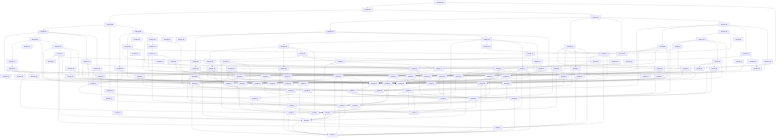
Above: graph.png in e-and-a/Config-2 (Mermaid), before the change. Its source is kept beside it as graph.mmd.
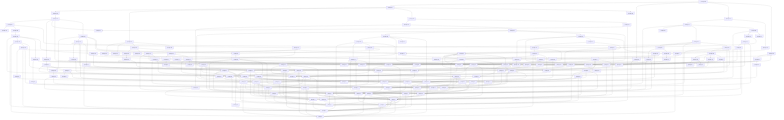
The same file after the commit.

Diff of the diagram source:
```diff
@@ -1,283 +1,367 @@
 graph TD
-    package-1000 --> package-936
-    package-936 --> package-635
-    package-635 --> package-245
-    package-245 --> package-81
-    package-81 --> package-53
-    package-81 --> package-41
-    package-41 --> package-3
+    package-1000 --> package-817
+    package-817 --> package-770
+    package-770 --> package-724
+    package-724 --> package-266
+    package-266 --> package-161
+    package-266 --> package-206
+    package-206 --> package-164
+    package-164 --> package-22
+    package-22 --> package-19
+    package-19 --> package-4
+    package-19 --> package-13
+    package-13 --> package-2
+    package-2 --> package-1
+    package-22 --> package-12
+    package-12 --> package-7
+    package-7 --> package-5
+    package-5 --> package-2
+    package-5 --> package-3
+    package-5 --> package-1
+    package-5 --> package-4
+    package-7 --> package-4
+    package-7 --> package-2
+    package-12 --> package-9
+    package-9 --> package-4
+    package-12 --> package-8
+    package-8 --> package-2
+    package-12 --> package-1
+    package-12 --> package-4
+    package-22 --> package-17
+    package-17 --> package-12
+    package-17 --> package-13
+    package-22 --> package-5
+    package-164 --> package-134
+    package-134 --> package-2
+    package-134 --> package-1
+    package-134 --> package-105
+    package-105 --> package-68
+    package-68 --> package-16
+    package-16 --> package-3
+    package-16 --> package-1
+    package-16 --> package-8
+    package-16 --> package-12
+    package-105 --> package-2
+    package-105 --> package-20
+    package-105 --> package-78
+    package-78 --> package-53
+    package-53 --> package-38
+    package-53 --> package-27
+    package-53 --> package-44
+    package-53 --> package-22
+    package-53 --> package-20
+    package-78 --> package-45
+    package-45 --> package-20
+    package-78 --> package-63
+    package-63 --> package-58
+    package-63 --> package-50
+    package-63 --> package-54
+    package-63 --> package-13
+    package-78 --> package-58
+    package-58 --> package-22
+    package-58 --> package-50
+    package-78 --> package-72
+    package-72 --> package-31
+    package-72 --> package-59
+    package-72 --> package-69
+    package-134 --> package-75
+    package-75 --> package-47
+    package-75 --> package-17
+    package-164 --> package-150
+    package-150 --> package-90
+    package-90 --> package-12
+    package-150 --> package-100
+    package-100 --> package-22
+    package-100 --> package-41
+    package-41 --> package-29
+    package-29 --> package-18
+    package-29 --> package-14
+    package-41 --> package-25
+    package-25 --> package-12
+    package-25 --> package-5
+    package-25 --> package-23
+    package-25 --> package-13
+    package-25 --> package-19
+    package-41 --> package-13
+    package-41 --> package-39
+    package-39 --> package-16
+    package-39 --> package-28
+    package-39 --> package-15
+    package-39 --> package-5
+    package-39 --> package-21
+    package-41 --> package-37
+    package-37 --> package-11
+    package-37 --> package-32
+    package-37 --> package-18
+    package-37 --> package-16
+    package-37 --> package-21
+    package-100 --> package-5
+    package-164 --> package-146
+    package-146 --> package-52
+    package-52 --> package-10
+    package-10 --> package-3
     package-3 --> package-1
     package-3 --> package-2
-    package-2 --> package-1
-    package-41 --> package-32
-    package-81 --> package-65
-    package-65 --> package-13
-    package-13 --> package-4
-    package-4 --> package-1
-    package-4 --> package-3
-    package-13 --> package-11
-    package-11 --> package-6
-    package-11 --> package-8
-    package-8 --> package-3
-    package-65 --> package-17
-    package-17 --> package-11
-    package-17 --> package-13
-    package-81 --> package-20
-    package-81 --> package-18
-    package-18 --> package-1
-    package-18 --> package-17
-    package-245 --> package-201
-    package-201 --> package-177
-    package-177 --> package-141
-    package-141 --> package-112
-    package-112 --> package-18
-    package-141 --> package-35
-    package-35 --> package-20
-    package-35 --> package-21
-    package-21 --> package-16
-    package-16 --> package-12
-    package-12 --> package-1
-    package-16 --> package-10
-    package-10 --> package-9
-    package-16 --> package-14
-    package-14 --> package-7
-    package-14 --> package-4
-    package-21 --> package-19
-    package-19 --> package-10
-    package-19 --> package-4
-    package-19 --> package-6
-    package-21 --> package-7
-    package-7 --> package-1
-    package-7 --> package-5
-    package-5 --> package-1
-    package-5 --> package-3
-    package-7 --> package-6
-    package-7 --> package-4
-    package-21 --> package-5
-    package-141 --> package-91
-    package-91 --> package-58
-    package-91 --> package-39
-    package-39 --> package-9
-    package-9 --> package-1
-    package-9 --> package-3
-    package-91 --> package-19
-    package-141 --> package-104
-    package-141 --> package-100
-    package-100 --> package-5
-    package-100 --> package-18
-    package-201 --> package-109
-    package-201 --> package-15
-    package-201 --> package-172
-    package-172 --> package-65
-    package-172 --> package-86
-    package-86 --> package-78
-    package-86 --> package-2
-    package-86 --> package-3
-    package-86 --> package-50
-    package-50 --> package-33
-    package-33 --> package-14
-    package-33 --> package-23
-    package-23 --> package-9
-    package-23 --> package-19
-    package-33 --> package-10
+    package-52 --> package-48
+    package-48 --> package-25
+    package-48 --> package-4
+    package-52 --> package-4
+    package-52 --> package-2
+    package-266 --> package-196
+    package-196 --> package-141
+    package-141 --> package-137
+    package-196 --> package-99
+    package-99 --> package-77
+    package-77 --> package-56
+    package-56 --> package-34
+    package-34 --> package-2
+    package-34 --> package-27
+    package-27 --> package-5
+    package-27 --> package-9
+    package-34 --> package-1
+    package-34 --> package-10
+    package-34 --> package-14
+    package-14 --> package-10
+    package-14 --> package-13
+    package-56 --> package-54
+    package-54 --> package-22
+    package-56 --> package-5
+    package-196 --> package-171
+    package-171 --> package-6
+    package-6 --> package-1
+    package-6 --> package-4
+    package-6 --> package-5
+    package-6 --> package-2
+    package-6 --> package-3
+    package-171 --> package-141
+    package-171 --> package-38
+    package-38 --> package-37
+    package-38 --> package-3
+    package-171 --> package-106
+    package-106 --> package-18
+    package-18 --> package-14
+    package-106 --> package-46
+    package-46 --> package-30
+    package-30 --> package-17
+    package-106 --> package-48
+    package-196 --> package-146
+    package-724 --> package-535
+    package-535 --> package-273
+    package-535 --> package-84
+    package-84 --> package-30
+    package-84 --> package-55
+    package-84 --> package-66
+    package-66 --> package-36
+    package-66 --> package-27
+    package-66 --> package-1
+    package-66 --> package-33
+    package-33 --> package-24
+    package-24 --> package-6
+    package-24 --> package-20
+    package-84 --> package-31
+    package-31 --> package-25
+    package-31 --> package-7
+    package-84 --> package-75
+    package-535 --> package-80
+    package-80 --> package-45
+    package-80 --> package-42
+    package-42 --> package-19
+    package-724 --> package-70
+    package-724 --> package-83
+    package-83 --> package-52
+    package-724 --> package-186
+    package-186 --> package-107
+    package-107 --> package-97
+    package-97 --> package-11
+    package-11 --> package-3
+    package-97 --> package-19
+    package-97 --> package-34
+    package-186 --> package-101
+    package-101 --> package-92
+    package-92 --> package-45
+    package-92 --> package-59
+    package-59 --> package-12
+    package-59 --> package-27
+    package-59 --> package-55
+    package-59 --> package-22
+    package-59 --> package-24
+    package-92 --> package-78
+    package-101 --> package-88
+    package-88 --> package-60
+    package-60 --> package-52
+    package-88 --> package-36
+    package-101 --> package-30
+    package-101 --> package-16
+    package-101 --> package-85
+    package-85 --> package-2
+    package-85 --> package-59
+    package-186 --> package-141
+    package-186 --> package-171
+    package-186 --> package-64
+    package-64 --> package-62
+    package-62 --> package-42
+    package-62 --> package-9
+    package-62 --> package-39
+    package-62 --> package-20
+    package-62 --> package-58
+    package-817 --> package-534
+    package-534 --> package-357
+    package-357 --> package-121
+    package-121 --> package-28
+    package-28 --> package-11
+    package-28 --> package-27
+    package-534 --> package-312
+    package-312 --> package-133
+    package-534 --> package-530
+    package-530 --> package-269
+    package-269 --> package-251
+    package-251 --> package-44
+    package-44 --> package-24
+    package-44 --> package-22
+    package-44 --> package-41
+    package-44 --> package-11
+    package-251 --> package-69
+    package-69 --> package-48
+    package-69 --> package-7
+    package-69 --> package-43
+    package-43 --> package-2
+    package-69 --> package-14
+    package-530 --> package-364
+    package-530 --> package-346
+    package-346 --> package-306
+    package-306 --> package-76
+    package-76 --> package-75
+    package-76 --> package-69
+    package-76 --> package-52
+    package-346 --> package-242
+    package-242 --> package-33
+    package-242 --> package-223
+    package-223 --> package-162
+    package-242 --> package-238
+    package-242 --> package-93
+    package-534 --> package-424
+    package-817 --> package-654
+    package-654 --> package-486
+    package-486 --> package-35
+    package-35 --> package-10
+    package-35 --> package-9
+    package-486 --> package-363
+    package-363 --> package-25
+    package-363 --> package-233
+    package-233 --> package-180
+    package-180 --> package-5
+    package-180 --> package-116
+    package-116 --> package-81
+    package-81 --> package-66
+    package-81 --> package-4
+    package-116 --> package-6
+    package-116 --> package-79
+    package-79 --> package-8
+    package-116 --> package-12
+    package-180 --> package-129
+    package-129 --> package-55
+    package-129 --> package-64
+    package-180 --> package-141
+    package-233 --> package-56
+    package-233 --> package-125
+    package-233 --> package-34
+    package-363 --> package-316
+    package-316 --> package-275
+    package-275 --> package-188
+    package-275 --> package-238
+    package-316 --> package-65
+    package-65 --> package-5
+    package-316 --> package-213
+    package-213 --> package-112
+    package-112 --> package-71
+    package-71 --> package-1
+    package-71 --> package-63
+    package-112 --> package-67
+    package-67 --> package-2
+    package-67 --> package-53
+    package-67 --> package-65
+    package-67 --> package-54
+    package-112 --> package-38
+    package-213 --> package-99
+    package-316 --> package-139
+    package-139 --> package-15
+    package-15 --> package-14
+    package-15 --> package-12
+    package-139 --> package-133
+    package-139 --> package-77
+    package-363 --> package-100
+    package-654 --> package-130
+    package-130 --> package-70
+    package-130 --> package-4
+    package-817 --> package-295
+    package-1000 --> package-557
+    package-557 --> package-6
+    package-557 --> package-273
+    package-1000 --> package-761
+    package-761 --> package-710
+    package-710 --> package-20
+    package-710 --> package-493
+    package-710 --> package-604
+    package-604 --> package-207
+    package-207 --> package-73
+    package-73 --> package-14
+    package-73 --> package-46
+    package-73 --> package-8
+    package-207 --> package-182
+    package-182 --> package-111
+    package-111 --> package-60
+    package-111 --> package-83
+    package-604 --> package-92
+    package-604 --> package-5
+    package-604 --> package-196
+    package-604 --> package-297
+    package-297 --> package-23
+    package-23 --> package-7
+    package-23 --> package-11
+    package-297 --> package-225
+    package-225 --> package-102
+    package-102 --> package-86
+    package-102 --> package-91
+    package-225 --> package-46
+    package-225 --> package-124
+    package-124 --> package-50
+    package-50 --> package-32
+    package-32 --> package-18
+    package-50 --> package-26
+    package-26 --> package-24
+    package-26 --> package-3
+    package-26 --> package-5
+    package-50 --> package-24
     package-50 --> package-8
-    package-50 --> package-47
-    package-47 --> package-3
-    package-47 --> package-26
-    package-26 --> package-16
-    package-26 --> package-9
-    package-47 --> package-23
-    package-47 --> package-35
-    package-47 --> package-10
-    package-50 --> package-17
-    package-86 --> package-42
-    package-172 --> package-101
-    package-101 --> package-93
-    package-93 --> package-23
-    package-101 --> package-25
-    package-25 --> package-10
-    package-25 --> package-23
-    package-172 --> package-21
-    package-245 --> package-173
-    package-173 --> package-26
-    package-173 --> package-148
-    package-148 --> package-15
-    package-148 --> package-18
-    package-148 --> package-26
-    package-148 --> package-81
-    package-173 --> package-31
-    package-31 --> package-24
-    package-31 --> package-3
-    package-31 --> package-9
-    package-31 --> package-8
-    package-173 --> package-53
-    package-245 --> package-102
-    package-102 --> package-65
-    package-102 --> package-49
-    package-49 --> package-42
-    package-49 --> package-9
-    package-635 --> package-315
-    package-315 --> package-133
-    package-315 --> package-13
-    package-635 --> package-323
-    package-323 --> package-108
-    package-108 --> package-99
-    package-99 --> package-3
-    package-108 --> package-40
-    package-40 --> package-18
-    package-40 --> package-23
-    package-108 --> package-65
-    package-108 --> package-81
-    package-323 --> package-240
-    package-240 --> package-68
-    package-240 --> package-88
-    package-88 --> package-71
-    package-71 --> package-51
-    package-51 --> package-40
-    package-51 --> package-45
-    package-45 --> package-42
-    package-51 --> package-26
-    package-51 --> package-14
-    package-71 --> package-15
-    package-71 --> package-40
-    package-240 --> package-23
-    package-240 --> package-105
-    package-240 --> package-29
-    package-29 --> package-13
-    package-29 --> package-23
-    package-323 --> package-163
-    package-323 --> package-184
-    package-184 --> package-79
-    package-79 --> package-31
-    package-79 --> package-27
-    package-27 --> package-2
-    package-27 --> package-26
-    package-27 --> package-15
-    package-184 --> package-170
-    package-170 --> package-164
-    package-164 --> package-22
-    package-22 --> package-14
-    package-164 --> package-7
-    package-164 --> package-98
-    package-98 --> package-51
-    package-98 --> package-31
-    package-184 --> package-40
-    package-323 --> package-204
-    package-936 --> package-797
-    package-797 --> package-435
-    package-435 --> package-432
-    package-435 --> package-207
-    package-207 --> package-143
-    package-143 --> package-16
-    package-143 --> package-38
-    package-38 --> package-24
-    package-38 --> package-9
-    package-38 --> package-3
-    package-38 --> package-15
-    package-143 --> package-91
-    package-143 --> package-52
-    package-52 --> package-41
-    package-52 --> package-39
-    package-435 --> package-199
-    package-199 --> package-180
-    package-180 --> package-168
-    package-168 --> package-48
-    package-48 --> package-14
-    package-48 --> package-5
-    package-48 --> package-43
-    package-43 --> package-23
-    package-43 --> package-19
-    package-43 --> package-30
-    package-30 --> package-1
-    package-30 --> package-20
-    package-30 --> package-11
-    package-168 --> package-118
-    package-118 --> package-30
-    package-118 --> package-35
-    package-118 --> package-21
-    package-118 --> package-81
-    package-180 --> package-130
-    package-130 --> package-4
-    package-130 --> package-63
-    package-63 --> package-23
-    package-63 --> package-36
-    package-180 --> package-82
-    package-82 --> package-68
-    package-82 --> package-74
-    package-82 --> package-71
-    package-180 --> package-8
-    package-199 --> package-6
-    package-199 --> package-122
-    package-122 --> package-55
-    package-55 --> package-47
-    package-55 --> package-2
-    package-55 --> package-30
-    package-55 --> package-50
-    package-199 --> package-73
-    package-73 --> package-40
-    package-73 --> package-6
-    package-73 --> package-18
-    package-73 --> package-1
-    package-199 --> package-137
-    package-137 --> package-76
-    package-76 --> package-39
-    package-76 --> package-12
-    package-137 --> package-75
-    package-75 --> package-52
-    package-435 --> package-91
-    package-797 --> package-140
-    package-140 --> package-55
-    package-140 --> package-94
-    package-94 --> package-52
-    package-94 --> package-56
-    package-94 --> package-35
-    package-94 --> package-42
-    package-140 --> package-33
-    package-140 --> package-46
-    package-46 --> package-17
-    package-46 --> package-27
-    package-140 --> package-2
-    package-797 --> package-270
-    package-270 --> package-150
-    package-150 --> package-67
-    package-67 --> package-53
-    package-67 --> package-29
-    package-67 --> package-22
-    package-67 --> package-23
-    package-150 --> package-51
-    package-150 --> package-148
-    package-270 --> package-139
-    package-797 --> package-336
-    package-336 --> package-25
-    package-336 --> package-80
-    package-80 --> package-16
-    package-80 --> package-55
-    package-80 --> package-79
-    package-80 --> package-42
-    package-336 --> package-144
-    package-144 --> package-120
-    package-120 --> package-10
-    package-120 --> package-89
-    package-89 --> package-88
-    package-89 --> package-35
-    package-120 --> package-61
-    package-61 --> package-60
-    package-61 --> package-12
-    package-61 --> package-48
-    package-61 --> package-34
-    package-34 --> package-14
-    package-34 --> package-27
-    package-61 --> package-42
-    package-120 --> package-76
-    package-144 --> package-55
-    package-144 --> package-59
-    package-336 --> package-160
-    package-160 --> package-74
-    package-160 --> package-70
-    package-160 --> package-149
-    package-149 --> package-31
-    package-149 --> package-136
-    package-336 --> package-138
-    package-138 --> package-91
-    package-138 --> package-67
-    package-1000 --> package-94
+    package-50 --> package-31
+    package-124 --> package-65
+    package-225 --> package-87
+    package-87 --> package-81
+    package-87 --> package-60
+    package-87 --> package-37
+    package-297 --> package-31
+    package-297 --> package-30
+    package-297 --> package-139
+    package-710 --> package-239
+    package-239 --> package-29
+    package-239 --> package-148
+    package-148 --> package-123
+    package-123 --> package-95
+    package-95 --> package-78
+    package-95 --> package-46
+    package-95 --> package-11
+    package-95 --> package-5
+    package-123 --> package-59
+    package-123 --> package-20
+    package-148 --> package-92
+    package-239 --> package-179
+    package-761 --> package-178
+    package-178 --> package-71
+    package-1000 --> package-722
+    package-722 --> package-227
+    package-227 --> package-137
+    package-227 --> package-212
+    package-212 --> package-34
+    package-227 --> package-80
+    package-722 --> package-223
+    package-722 --> package-121
```
